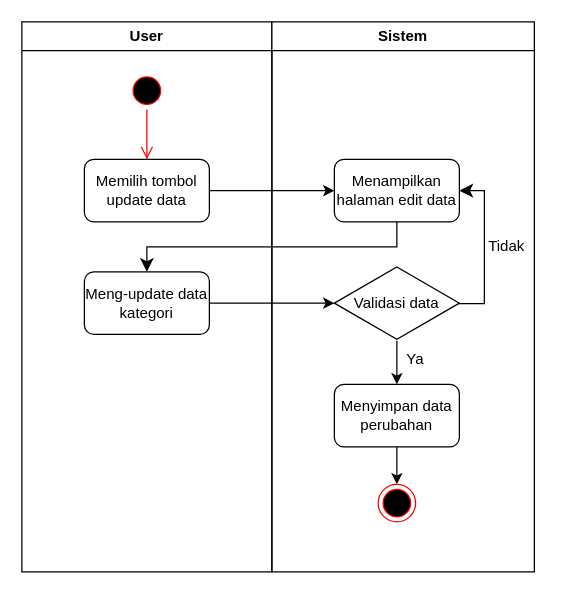
Earlier version of the draw.io diagram DOKUMENTASI IDMS/kategori peralatan/updatekategori.drawio (rismanrhz/idms). Source tidied: cells renumbered, new cells numbered last; positions are measured from the earlier drawing's top-left corner, leaving out a move shared by most shapes. Both pictures are drawn from the tidied source at 125%, with x=0, y=0 at pixel (21, 21).
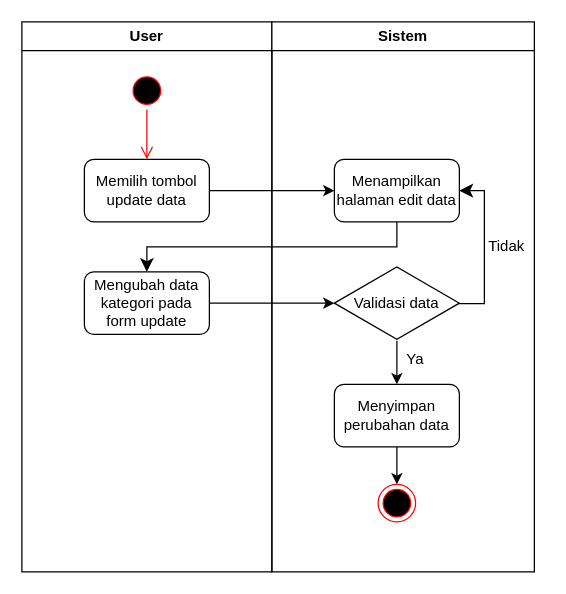
After the change.

Unchanged cells that the change refers to:
```xml
<mxCell id="2" value="User" style="swimlane;whiteSpace=wrap;html=1;" parent="1" vertex="1">
  <mxGeometry width="200" height="440" as="geometry" />
</mxCell>
<mxCell id="7" value="Sistem" style="swimlane;whiteSpace=wrap;html=1;" parent="1" vertex="1">
  <mxGeometry x="200" width="210" height="440" as="geometry" />
</mxCell>
```

The edit, as a diff of the source:
```diff
@@
-    <mxCell id="6" value="Meng-update data kategori" style="rounded=1;whiteSpace=wrap;html=1;" parent="2" vertex="1">
+    <mxCell id="6" value="Mengubah data kategori pada form update" style="rounded=1;whiteSpace=wrap;html=1;" parent="2" vertex="1">
       <mxGeometry x="50" y="200" width="100" height="50" as="geometry" />
     </mxCell>
@@
-    <mxCell id="14" value="Menyimpan data perubahan" style="rounded=1;whiteSpace=wrap;html=1;" parent="7" vertex="1">
+    <mxCell id="14" value="Menyimpan perubahan data" style="rounded=1;whiteSpace=wrap;html=1;" parent="7" vertex="1">
       <mxGeometry x="50" y="290" width="100" height="50" as="geometry" />
     </mxCell>
```
